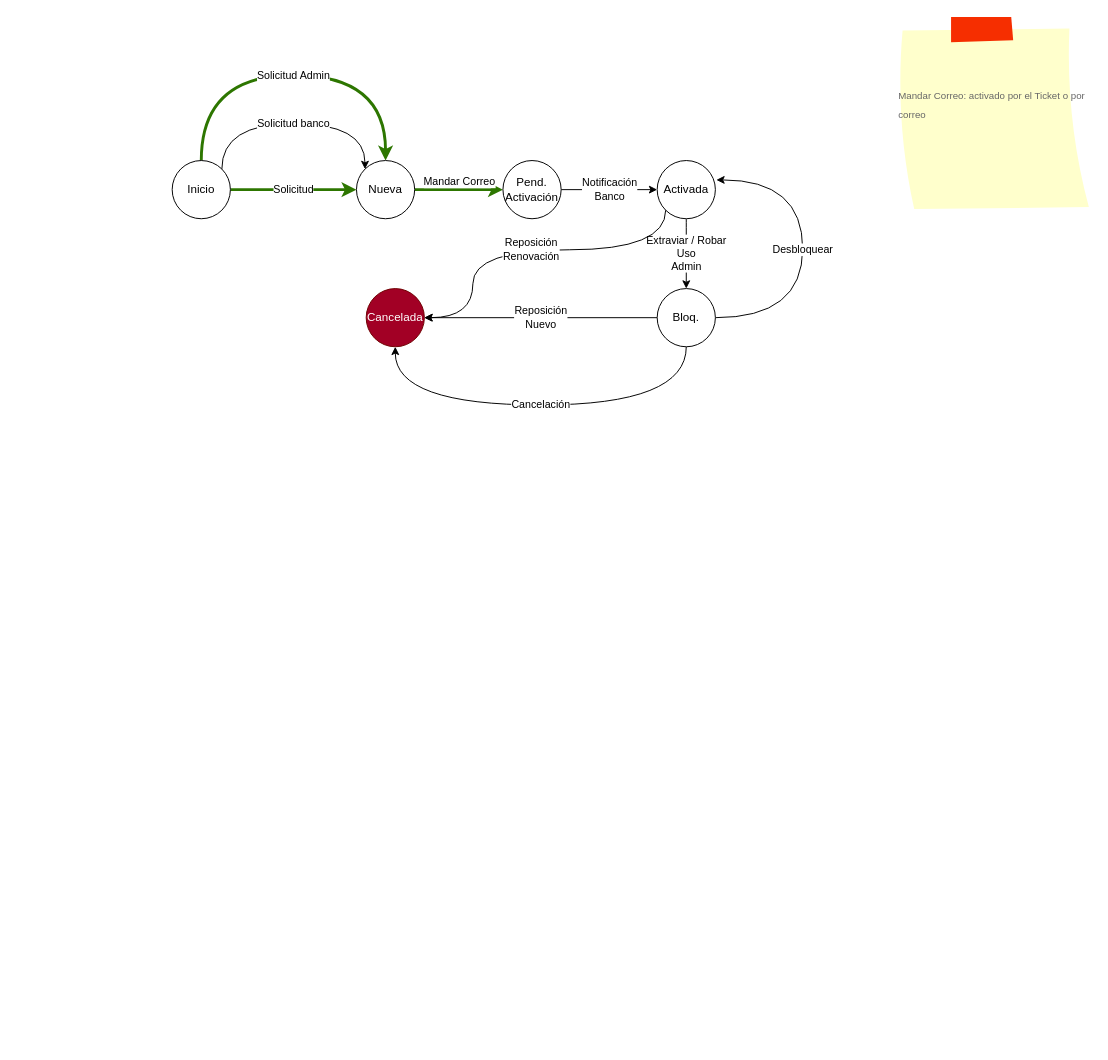
This is page "Gestor TC" (3 of 3) of Diagrama sin título.drawio from prtigofn/Dev2.0, a draw.io file, before an edit. Source tidied: cells renumbered, new cells numbered last; positions are measured from the earlier drawing's top-left corner, leaving out a move shared by most shapes. Both pictures are drawn from the tidied source at 97%, with x=0, y=0 at pixel (172, 16).
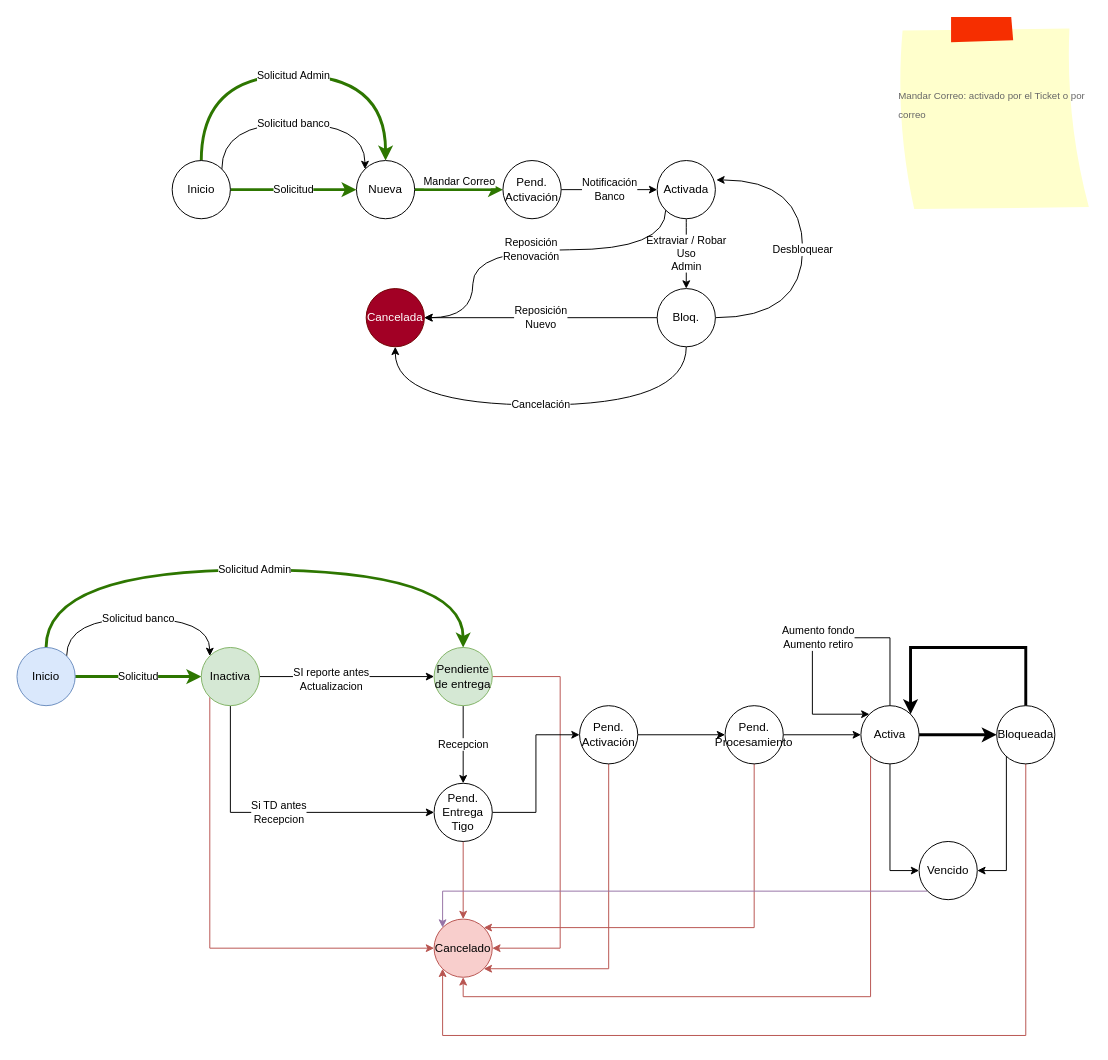
The same diagram, later.

Diff of the diagram source:
```diff
@@
+    <mxCell id="19" value="Solicitud" style="edgeStyle=orthogonalEdgeStyle;rounded=0;jettySize=auto;html=1;curved=1;fillColor=#60a917;strokeColor=#2D7600;strokeWidth=3;" parent="1" edge="1" source="22" target="27">
+      <mxGeometry relative="1" as="geometry" />
+    </mxCell>
+    <mxCell id="20" value="Solicitud Admin" style="edgeStyle=orthogonalEdgeStyle;rounded=0;jettySize=auto;html=1;entryX=0.5;entryY=0;entryDx=0;entryDy=0;curved=1;exitX=0.5;exitY=0;exitDx=0;exitDy=0;strokeWidth=3;fillColor=#60a917;strokeColor=#2D7600;" parent="1" edge="1" source="22" target="31">
+      <mxGeometry relative="1" as="geometry">
+        <Array as="points">
+          <mxPoint x="-130" y="570" />
+          <mxPoint x="300" y="570" />
+        </Array>
+      </mxGeometry>
+    </mxCell>
+    <mxCell id="21" value="Solicitud banco" style="edgeStyle=orthogonalEdgeStyle;rounded=0;jettySize=auto;html=1;exitX=1;exitY=0;exitDx=0;exitDy=0;entryX=0;entryY=0;entryDx=0;entryDy=0;curved=1;" parent="1" edge="1" source="22" target="27">
+      <mxGeometry relative="1" as="geometry">
+        <Array as="points">
+          <mxPoint x="-109" y="620" />
+          <mxPoint x="39" y="620" />
+        </Array>
+      </mxGeometry>
+    </mxCell>
+    <mxCell id="22" value="Inicio" style="ellipse;whiteSpace=wrap;html=1;fillColor=#dae8fc;strokeColor=#6c8ebf;" parent="1" vertex="1">
+      <mxGeometry x="-160" y="650" width="60" height="60" as="geometry" />
+    </mxCell>
+    <mxCell id="23" style="edgeStyle=orthogonalEdgeStyle;rounded=0;jettySize=auto;html=1;" parent="1" edge="1" source="27" target="31">
+      <mxGeometry relative="1" as="geometry" />
+    </mxCell>
+    <mxCell id="24" value="SI reporte antes&lt;br&gt;Actualizacion" style="edgeLabel;html=1;align=center;verticalAlign=middle;" parent="23" vertex="1">
+      <mxGeometry x="-0.19" y="-2" relative="1" as="geometry" />
+    </mxCell>
+    <mxCell id="25" value="Si TD antes&lt;br&gt;Recepcion" style="edgeStyle=orthogonalEdgeStyle;rounded=0;jettySize=auto;html=1;entryX=0;entryY=0.5;entryDx=0;entryDy=0;exitX=0.5;exitY=1;exitDx=0;exitDy=0;" parent="1" edge="1" source="27" target="34">
+      <mxGeometry relative="1" as="geometry" />
+    </mxCell>
+    <mxCell id="26" style="edgeStyle=orthogonalEdgeStyle;rounded=0;jettySize=auto;html=1;entryX=0;entryY=0.5;entryDx=0;entryDy=0;exitX=0;exitY=1;exitDx=0;exitDy=0;fillColor=#f8cecc;strokeColor=#b85450;" parent="1" edge="1" source="27" target="46">
+      <mxGeometry relative="1" as="geometry">
+        <Array as="points">
+          <mxPoint x="39" y="960" />
+        </Array>
+      </mxGeometry>
+    </mxCell>
+    <mxCell id="27" value="Inactiva" style="ellipse;whiteSpace=wrap;html=1;fillColor=#d5e8d4;strokeColor=#82b366;" parent="1" vertex="1">
+      <mxGeometry x="30" y="650" width="60" height="60" as="geometry" />
+    </mxCell>
+    <mxCell id="28" value="Cancelación" style="edgeStyle=orthogonalEdgeStyle;rounded=0;orthogonalLoop=1;jettySize=auto;html=1;curved=1;exitX=0.5;exitY=1;exitDx=0;exitDy=0;entryX=0.5;entryY=1;entryDx=0;entryDy=0;" parent="1" edge="1">
+      <mxGeometry relative="1" as="geometry">
+        <mxPoint x="900" y="790" as="sourcePoint" />
+        <Array as="points">
+          <mxPoint x="490" y="910" />
+          <mxPoint x="190" y="910" />
+        </Array>
+      </mxGeometry>
+    </mxCell>
+    <mxCell id="29" value="Recepcion" style="edgeStyle=orthogonalEdgeStyle;rounded=0;jettySize=auto;html=1;" parent="1" edge="1" source="31" target="34">
+      <mxGeometry relative="1" as="geometry" />
+    </mxCell>
+    <mxCell id="30" style="edgeStyle=orthogonalEdgeStyle;rounded=0;jettySize=auto;html=1;entryX=1;entryY=0.5;entryDx=0;entryDy=0;exitX=1;exitY=0.5;exitDx=0;exitDy=0;fillColor=#f8cecc;strokeColor=#b85450;" parent="1" edge="1" source="31" target="46">
+      <mxGeometry relative="1" as="geometry">
+        <Array as="points">
+          <mxPoint x="400" y="680" />
+          <mxPoint x="400" y="960" />
+        </Array>
+      </mxGeometry>
+    </mxCell>
+    <mxCell id="31" value="Pendiente de entrega" style="ellipse;whiteSpace=wrap;html=1;fillColor=#d5e8d4;strokeColor=#82b366;" parent="1" vertex="1">
+      <mxGeometry x="270" y="650" width="60" height="60" as="geometry" />
+    </mxCell>
+    <mxCell id="32" style="edgeStyle=orthogonalEdgeStyle;rounded=0;jettySize=auto;html=1;entryX=0;entryY=0.5;entryDx=0;entryDy=0;" parent="1" edge="1" source="34" target="37">
+      <mxGeometry relative="1" as="geometry" />
+    </mxCell>
+    <mxCell id="33" style="edgeStyle=orthogonalEdgeStyle;rounded=0;jettySize=auto;html=1;fillColor=#f8cecc;strokeColor=#b85450;" parent="1" edge="1" source="34" target="46">
+      <mxGeometry relative="1" as="geometry" />
+    </mxCell>
+    <mxCell id="34" value="Pend. Entrega Tigo" style="ellipse;whiteSpace=wrap;html=1;" parent="1" vertex="1">
+      <mxGeometry x="270" y="790" width="60" height="60" as="geometry" />
+    </mxCell>
+    <mxCell id="35" style="edgeStyle=orthogonalEdgeStyle;rounded=0;jettySize=auto;html=1;" parent="1" edge="1" source="37" target="40">
+      <mxGeometry relative="1" as="geometry" />
+    </mxCell>
+    <mxCell id="36" style="edgeStyle=orthogonalEdgeStyle;rounded=0;jettySize=auto;html=1;entryX=1;entryY=1;entryDx=0;entryDy=0;fillColor=#f8cecc;strokeColor=#b85450;" parent="1" edge="1" source="37" target="46">
+      <mxGeometry relative="1" as="geometry">
+        <Array as="points">
+          <mxPoint x="450" y="981" />
+        </Array>
+      </mxGeometry>
+    </mxCell>
+    <mxCell id="37" value="Pend. Activación" style="ellipse;whiteSpace=wrap;html=1;" parent="1" vertex="1">
+      <mxGeometry x="420" y="710" width="60" height="60" as="geometry" />
+    </mxCell>
+    <mxCell id="38" style="edgeStyle=orthogonalEdgeStyle;rounded=0;jettySize=auto;html=1;" parent="1" edge="1" source="40" target="45">
+      <mxGeometry relative="1" as="geometry" />
+    </mxCell>
+    <mxCell id="39" style="edgeStyle=orthogonalEdgeStyle;rounded=0;jettySize=auto;html=1;exitX=0.5;exitY=1;exitDx=0;exitDy=0;entryX=1;entryY=0;entryDx=0;entryDy=0;fillColor=#f8cecc;strokeColor=#b85450;" parent="1" edge="1" source="40" target="46">
+      <mxGeometry relative="1" as="geometry">
+        <Array as="points">
+          <mxPoint x="600" y="939" />
+        </Array>
+      </mxGeometry>
+    </mxCell>
+    <mxCell id="40" value="Pend.&lt;br&gt;Procesamiento" style="ellipse;whiteSpace=wrap;html=1;" parent="1" vertex="1">
+      <mxGeometry x="570" y="710" width="60" height="60" as="geometry" />
+    </mxCell>
+    <mxCell id="41" style="edgeStyle=orthogonalEdgeStyle;rounded=0;jettySize=auto;html=1;strokeWidth=3;" parent="1" edge="1" source="45" target="50">
+      <mxGeometry relative="1" as="geometry" />
+    </mxCell>
+    <mxCell id="42" style="edgeStyle=orthogonalEdgeStyle;rounded=0;jettySize=auto;html=1;exitX=0;exitY=1;exitDx=0;exitDy=0;entryX=0.5;entryY=1;entryDx=0;entryDy=0;fillColor=#f8cecc;strokeColor=#b85450;" parent="1" edge="1" source="45" target="46">
+      <mxGeometry relative="1" as="geometry">
+        <Array as="points">
+          <mxPoint x="720" y="761" />
+          <mxPoint x="720" y="1010" />
+          <mxPoint x="300" y="1010" />
+        </Array>
+      </mxGeometry>
+    </mxCell>
+    <mxCell id="43" style="edgeStyle=orthogonalEdgeStyle;rounded=0;jettySize=auto;html=1;entryX=0;entryY=0.5;entryDx=0;entryDy=0;" parent="1" edge="1" source="45" target="52">
+      <mxGeometry relative="1" as="geometry" />
+    </mxCell>
+    <mxCell id="44" value="Aumento fondo&lt;br&gt;Aumento retiro" style="edgeStyle=orthogonalEdgeStyle;rounded=0;orthogonalLoop=1;jettySize=auto;html=1;entryX=0;entryY=0;entryDx=0;entryDy=0;" parent="1" edge="1" source="45" target="45">
+      <mxGeometry relative="1" as="geometry">
+        <Array as="points">
+          <mxPoint x="740" y="640" />
+          <mxPoint x="660" y="640" />
+          <mxPoint x="660" y="719" />
+        </Array>
+      </mxGeometry>
+    </mxCell>
+    <mxCell id="45" value="Activa" style="ellipse;whiteSpace=wrap;html=1;" parent="1" vertex="1">
+      <mxGeometry x="710" y="710" width="60" height="60" as="geometry" />
+    </mxCell>
+    <mxCell id="46" value="Cancelado" style="ellipse;whiteSpace=wrap;html=1;fillColor=#f8cecc;strokeColor=#b85450;" parent="1" vertex="1">
+      <mxGeometry x="270" y="930" width="60" height="60" as="geometry" />
+    </mxCell>
+    <mxCell id="47" style="edgeStyle=orthogonalEdgeStyle;rounded=0;jettySize=auto;html=1;entryX=1;entryY=0;entryDx=0;entryDy=0;exitX=0.5;exitY=0;exitDx=0;exitDy=0;strokeWidth=3;" parent="1" edge="1" source="50" target="45">
+      <mxGeometry relative="1" as="geometry">
+        <Array as="points">
+          <mxPoint x="880" y="650" />
+          <mxPoint x="761" y="650" />
+        </Array>
+      </mxGeometry>
+    </mxCell>
+    <mxCell id="48" style="edgeStyle=orthogonalEdgeStyle;rounded=0;jettySize=auto;html=1;exitX=0.5;exitY=1;exitDx=0;exitDy=0;entryX=0;entryY=1;entryDx=0;entryDy=0;fillColor=#f8cecc;strokeColor=#b85450;" parent="1" edge="1" source="50" target="46">
+      <mxGeometry relative="1" as="geometry">
+        <Array as="points">
+          <mxPoint x="880" y="1050" />
+          <mxPoint x="279" y="1050" />
+        </Array>
+      </mxGeometry>
+    </mxCell>
+    <mxCell id="49" style="edgeStyle=orthogonalEdgeStyle;rounded=0;jettySize=auto;html=1;exitX=0;exitY=1;exitDx=0;exitDy=0;entryX=1;entryY=0.5;entryDx=0;entryDy=0;" parent="1" edge="1" source="50" target="52">
+      <mxGeometry relative="1" as="geometry">
+        <Array as="points">
+          <mxPoint x="860" y="761" />
+          <mxPoint x="860" y="880" />
+        </Array>
+      </mxGeometry>
+    </mxCell>
+    <mxCell id="50" value="Bloqueada" style="ellipse;whiteSpace=wrap;html=1;" parent="1" vertex="1">
+      <mxGeometry x="850" y="710" width="60" height="60" as="geometry" />
+    </mxCell>
+    <mxCell id="51" style="edgeStyle=orthogonalEdgeStyle;rounded=0;jettySize=auto;html=1;entryX=0;entryY=0;entryDx=0;entryDy=0;exitX=0;exitY=1;exitDx=0;exitDy=0;fillColor=#e1d5e7;strokeColor=#9673a6;" parent="1" edge="1" source="52" target="46">
+      <mxGeometry relative="1" as="geometry" />
+    </mxCell>
+    <mxCell id="52" value="Vencido" style="ellipse;whiteSpace=wrap;html=1;" parent="1" vertex="1">
+      <mxGeometry x="770" y="850" width="60" height="60" as="geometry" />
+    </mxCell>
```
